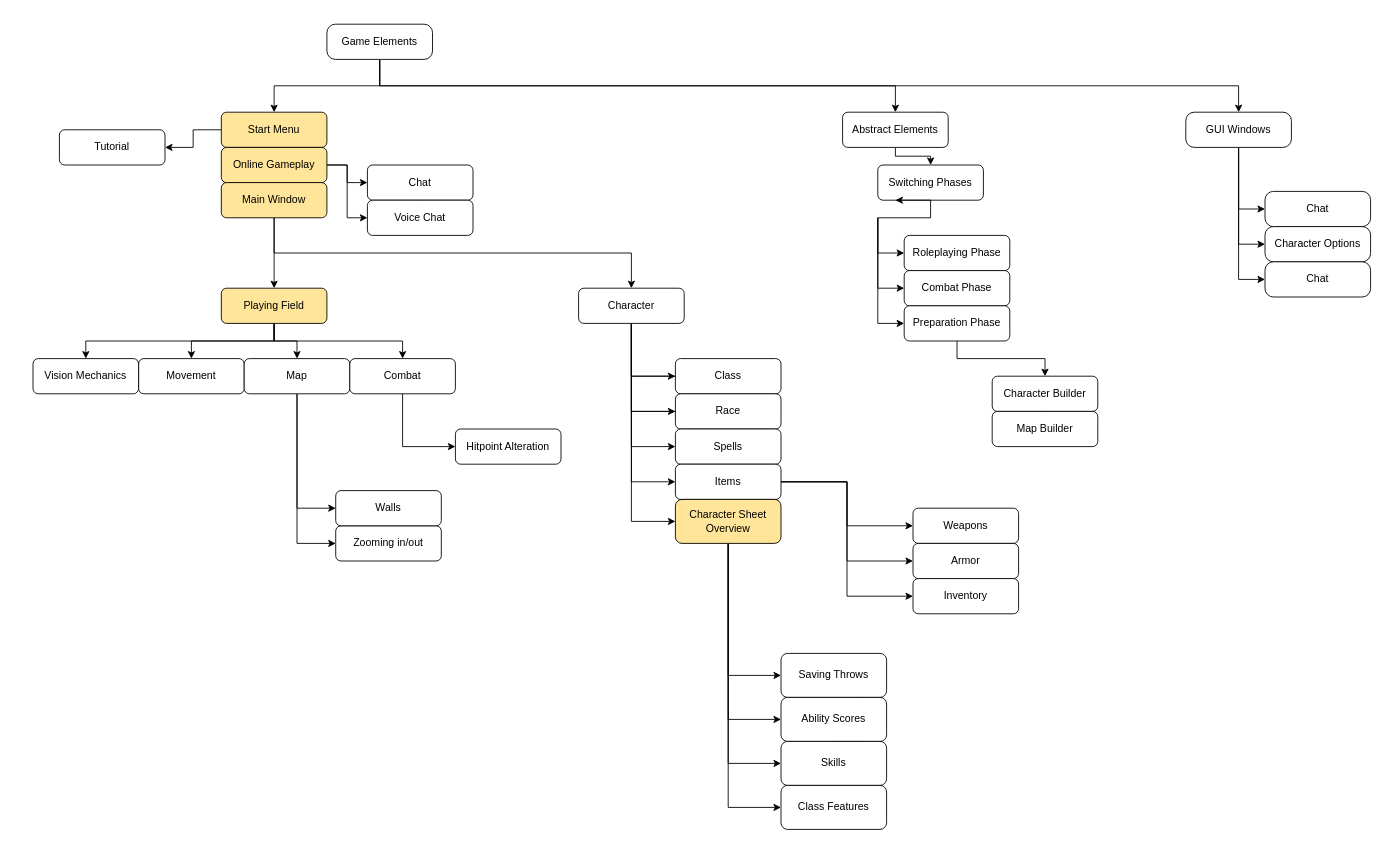
Earlier version of the draw.io diagram Dependency graph.drawio (Nemijt03/Dnd-Simulator). Source tidied: cells renumbered, new cells numbered last; positions are measured from the earlier drawing's top-left corner, leaving out a move shared by most shapes. Both pictures are drawn from the tidied source at 88%, with x=0, y=0 at pixel (33, 24).
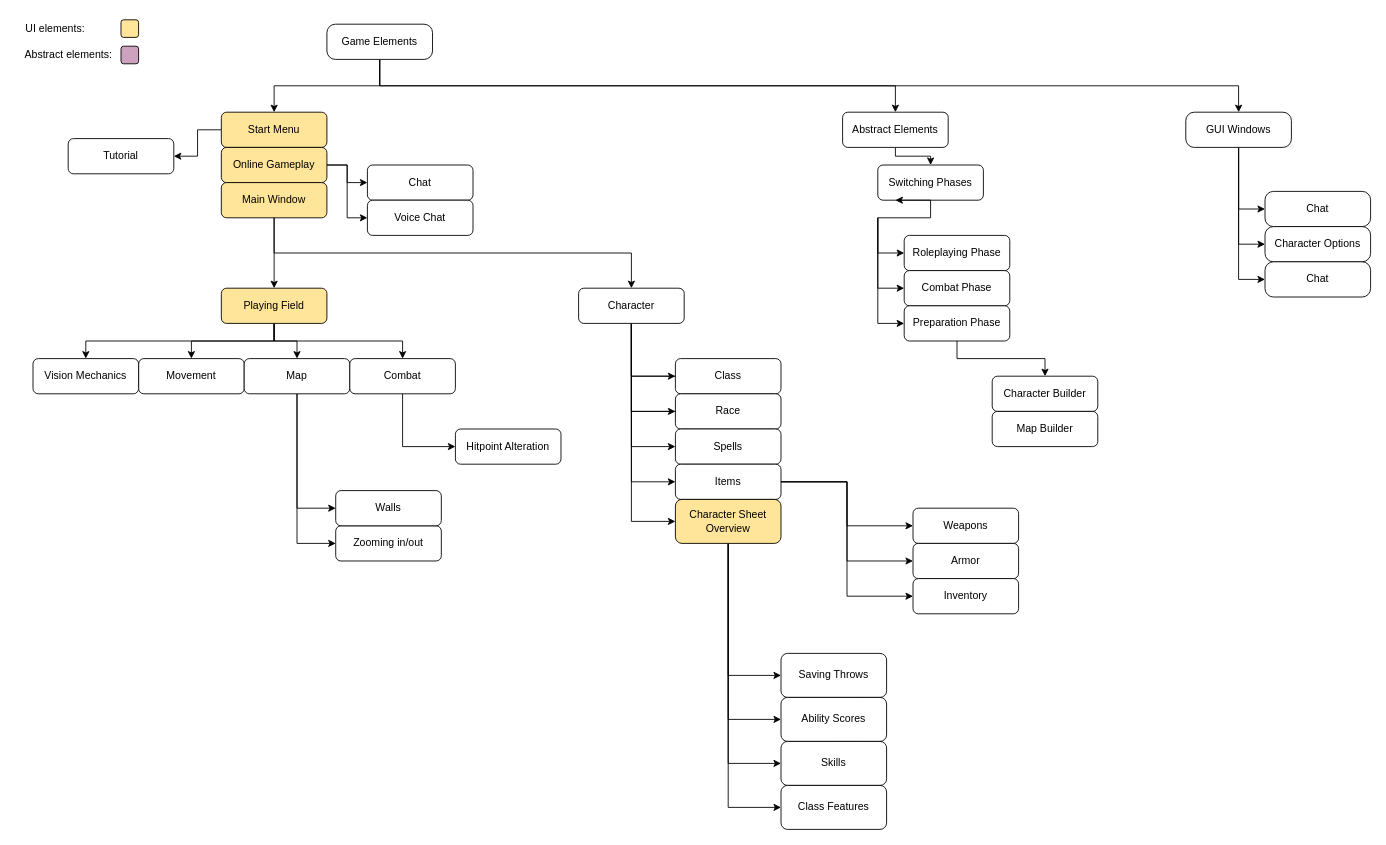
Above is the later version.

Unchanged cells that the change refers to:
```xml
<mxCell id="7" value="Start Menu" style="rounded=1;whiteSpace=wrap;html=1;fillColor=#FFE599;" parent="1" vertex="1">
  <mxGeometry x="214" y="100" width="120" height="40" as="geometry" />
</mxCell>
```

The edit, as a diff of the source:
```diff
@@
-    <mxCell id="6" style="edgeStyle=orthogonalEdgeStyle;rounded=0;jettySize=auto;html=1;exitX=0;exitY=0.5;exitDx=0;exitDy=0;" parent="1" edge="1" source="7" target="30">
-      <mxGeometry relative="1" as="geometry" />
-    </mxCell>
+    <mxCell id="82" style="edgeStyle=orthogonalEdgeStyle;rounded=0;jettySize=auto;html=1;" parent="1" edge="1" source="7" target="84">
+      <mxGeometry relative="1" as="geometry" />
+    </mxCell>
@@
-    <mxCell id="30" value="Tutorial" style="rounded=1;whiteSpace=wrap;html=1;" parent="1" vertex="1">
-      <mxGeometry x="30" y="120" width="120" height="40" as="geometry" />
+    <mxCell id="30" style="rounded=1;whiteSpace=wrap;html=1;fillColor=#FFE599;" parent="1" vertex="1">
+      <mxGeometry x="100" y="-5" width="20" height="20" as="geometry" />
     </mxCell>
@@
+    <mxCell id="83" value="UI elements:" style="text;html=1;align=center;verticalAlign=middle;strokeColor=none;fillColor=none;" parent="1" vertex="1">
+      <mxGeometry x="-20" y="-10" width="90" height="30" as="geometry" />
+    </mxCell>
+    <mxCell id="84" value="Tutorial" style="rounded=1;whiteSpace=wrap;html=1;" parent="1" vertex="1">
+      <mxGeometry x="40" y="130" width="120" height="40" as="geometry" />
+    </mxCell>
+    <mxCell id="85" value="Abstract elements:" style="text;html=1;align=center;verticalAlign=middle;strokeColor=none;fillColor=none;" parent="1" vertex="1">
+      <mxGeometry x="-20" y="20" width="120" height="30" as="geometry" />
+    </mxCell>
+    <mxCell id="86" style="rounded=1;whiteSpace=wrap;html=1;fillColor=#CDA2BE;" parent="1" vertex="1">
+      <mxGeometry x="100" y="25" width="20" height="20" as="geometry" />
+    </mxCell>
```
